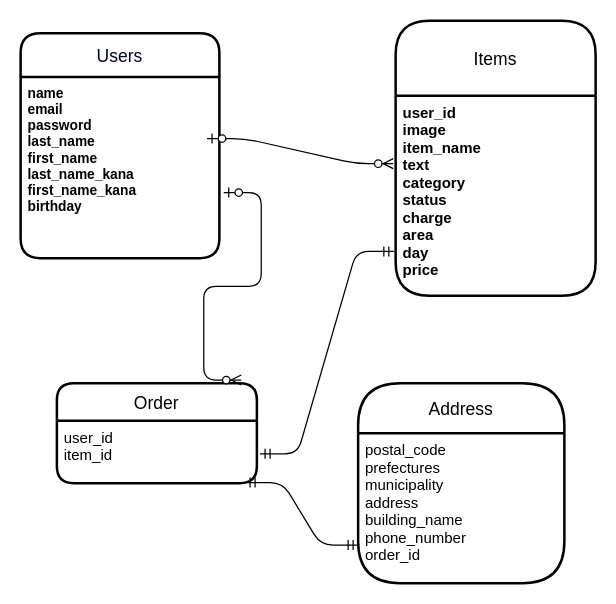
This is db/ER.dio from gao7aokenichi/furima-34380, a draw.io file, before an edit. Source tidied: cells renumbered, new cells numbered last; positions are measured from the earlier drawing's top-left corner, leaving out a move shared by most shapes. Both pictures are drawn from the tidied source at 125%, with x=0, y=0 at pixel (20, 20).
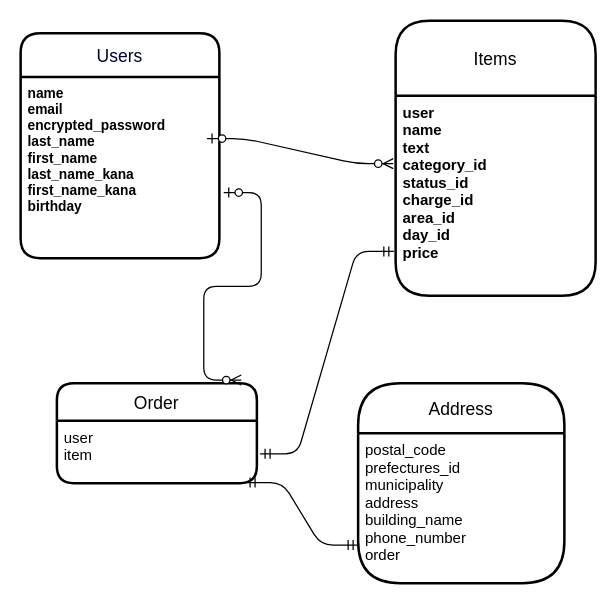
Above is the later version.

Commit message (it also covers changes not shown here):
データベース設計の修正３

Diff of the diagram source:
```diff
@@
 <mxGraphModel>
   <root>
     <mxCell id="0" />
     <mxCell id="1" parent="0" />
     <mxCell id="2" value="Users" style="swimlane;horizontal=1;startSize=35;rounded=1;fontSize=14;fontStyle=0;strokeWidth=2;shadow=0;dashed=0;align=center;gradientColor=#ffffff;fontColor=#000033;" parent="1" vertex="1">
       <mxGeometry y="10" width="159" height="180" as="geometry" />
     </mxCell>
-    <mxCell id="3" value="name&#10;email&#10;password&#10;last_name&#10;first_name&#10;last_name_kana&#10;first_name_kana&#10;birthday&#10;" style="align=left;strokeColor=none;fillColor=none;spacingLeft=4;fontSize=11;verticalAlign=top;fontStyle=1;" parent="2" vertex="1">
+    <mxCell id="3" value="name&#10;email&#10;encrypted_password&#10;last_name&#10;first_name&#10;last_name_kana&#10;first_name_kana&#10;birthday&#10;" style="align=left;strokeColor=none;fillColor=none;spacingLeft=4;fontSize=11;verticalAlign=top;fontStyle=1;" parent="2" vertex="1">
       <mxGeometry y="35" width="159" height="145" as="geometry" />
     </mxCell>
     <mxCell id="4" value="Address" style="swimlane;horizontal=1;startSize=40;rounded=1;fontSize=14;fontStyle=0;strokeWidth=2;shadow=0;dashed=0;align=center;arcSize=28;" parent="1" vertex="1">
       <mxGeometry x="270" y="290" width="165" height="160" as="geometry" />
     </mxCell>
-    <mxCell id="5" value="postal_code&#10;prefectures&#10;municipality&#10;address&#10;building_name&#10;phone_number&#10;order_id&#10;&#10;" style="align=left;strokeColor=none;fillColor=none;spacingLeft=4;fontSize=12;verticalAlign=top;" parent="4" vertex="1">
+    <mxCell id="5" value="postal_code&#10;prefectures_id&#10;municipality&#10;address&#10;building_name&#10;phone_number&#10;order&#10;&#10;" style="align=left;strokeColor=none;fillColor=none;spacingLeft=4;fontSize=12;verticalAlign=top;" parent="4" vertex="1">
       <mxGeometry y="40" width="165" height="120" as="geometry" />
     </mxCell>
     <mxCell id="6" style="edgeStyle=entityRelationEdgeStyle;fontSize=12;html=1;endArrow=ERzeroToMany;startArrow=ERzeroToOne;entryX=-0.012;entryY=0.34;entryDx=0;entryDy=0;entryPerimeter=0;exitX=0.938;exitY=0.34;exitDx=0;exitDy=0;exitPerimeter=0;" parent="1" edge="1" source="3" target="8">
       <mxGeometry relative="1" as="geometry" />
     </mxCell>
     <mxCell id="7" value="Items" style="swimlane;horizontal=1;startSize=60;rounded=1;fontSize=14;fontStyle=0;strokeWidth=2;shadow=0;dashed=0;align=center;" parent="1" vertex="1">
       <mxGeometry x="300" width="160" height="220" as="geometry" />
     </mxCell>
-    <mxCell id="8" value="user_id&#10;image&#10;item_name&#10;text&#10;category&#10;status&#10;charge&#10;area&#10;day&#10;price&#10;" style="align=left;strokeColor=none;fillColor=none;spacingLeft=4;fontSize=12;verticalAlign=top;fontStyle=1;" parent="7" vertex="1">
+    <mxCell id="8" value="user&#10;name&#10;text&#10;category_id&#10;status_id&#10;charge_id&#10;area_id&#10;day_id&#10;price&#10;" style="align=left;strokeColor=none;fillColor=none;spacingLeft=4;fontSize=12;verticalAlign=top;fontStyle=1;" parent="7" vertex="1">
       <mxGeometry y="60" width="160" height="160" as="geometry" />
     </mxCell>
     <mxCell id="9" value="Order" style="swimlane;horizontal=1;startSize=30;rounded=1;fontSize=14;fontStyle=0;strokeWidth=2;shadow=0;dashed=0;align=center;" parent="1" vertex="1">
       <mxGeometry x="29" y="290" width="160" height="80" as="geometry" />
     </mxCell>
-    <mxCell id="10" value="user_id&#10;item_id" style="align=left;strokeColor=none;fillColor=none;spacingLeft=4;fontSize=12;verticalAlign=top;" parent="9" vertex="1">
+    <mxCell id="10" value="user&#10;item" style="align=left;strokeColor=none;fillColor=none;spacingLeft=4;fontSize=12;verticalAlign=top;" parent="9" vertex="1">
       <mxGeometry y="30" width="160" height="50" as="geometry" />
     </mxCell>
     <mxCell id="11" style="edgeStyle=entityRelationEdgeStyle;fontSize=12;html=1;endArrow=ERzeroToMany;startArrow=ERzeroToOne;exitX=1.022;exitY=0.638;exitDx=0;exitDy=0;exitPerimeter=0;entryX=0.922;entryY=-0.031;entryDx=0;entryDy=0;entryPerimeter=0;" parent="1" edge="1" source="3" target="9">
       <mxGeometry relative="1" as="geometry" />
     </mxCell>
     <mxCell id="12" style="edgeStyle=entityRelationEdgeStyle;fontSize=12;html=1;endArrow=ERmandOne;startArrow=ERmandOne;exitX=0.941;exitY=0.99;exitDx=0;exitDy=0;exitPerimeter=0;entryX=0;entryY=0.746;entryDx=0;entryDy=0;entryPerimeter=0;" parent="1" edge="1" source="10" target="5">
       <mxGeometry relative="1" as="geometry" />
     </mxCell>
     <mxCell id="13" style="edgeStyle=entityRelationEdgeStyle;fontSize=12;html=1;endArrow=ERmandOne;startArrow=ERmandOne;exitX=1.016;exitY=0.53;exitDx=0;exitDy=0;exitPerimeter=0;entryX=-0.009;entryY=0.779;entryDx=0;entryDy=0;entryPerimeter=0;" parent="1" edge="1" source="10" target="8">
       <mxGeometry relative="1" as="geometry" />
     </mxCell>
   </root>
 </mxGraphModel>
```
